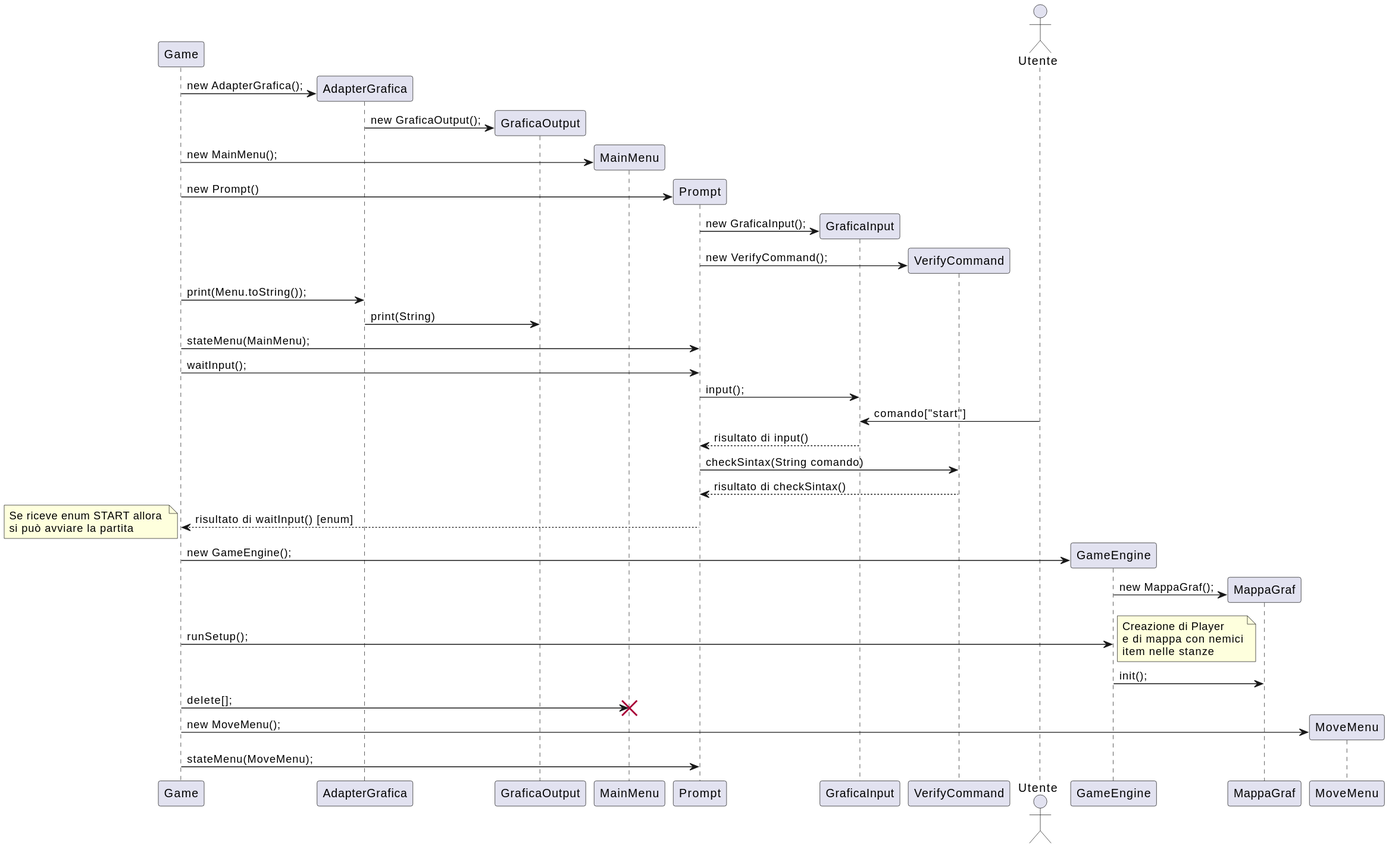
PdP03/ACMD keeps this PlantUML diagram as DiagrammiUML/SequenceDiagram.svg. Above is the earlier version.
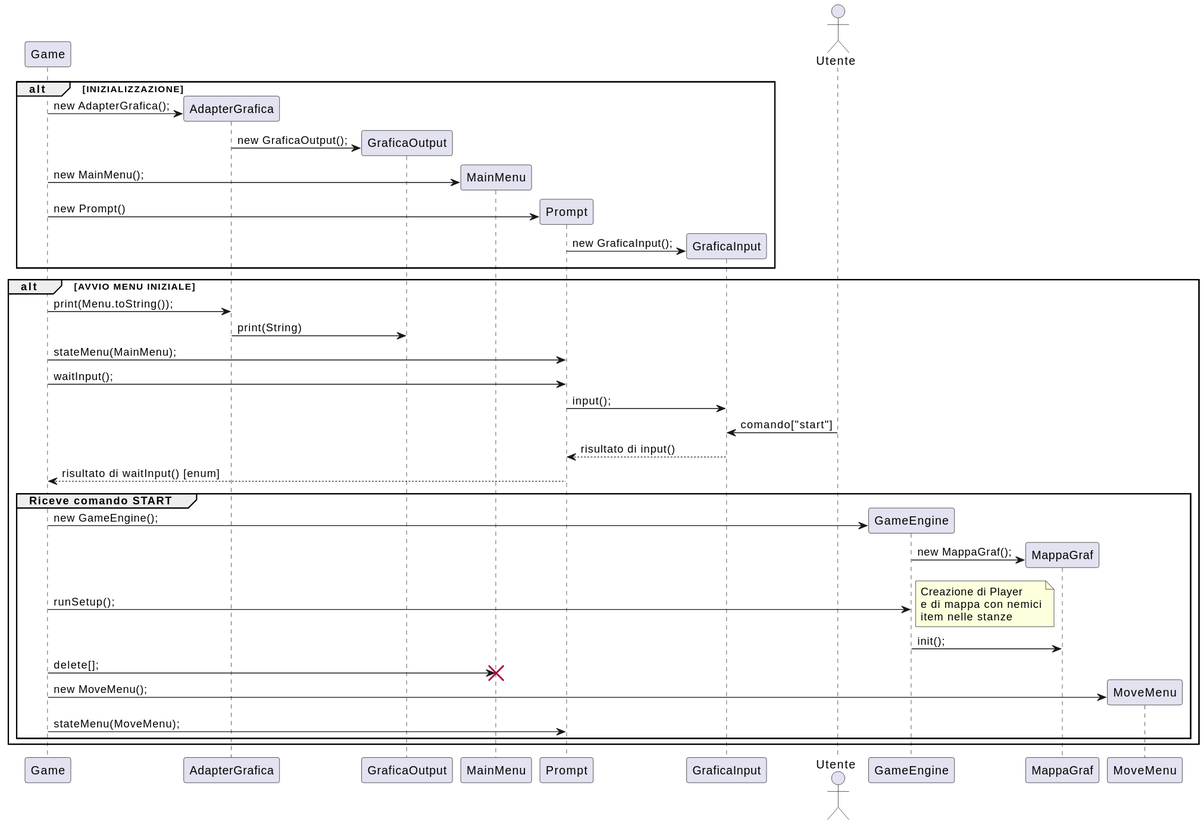
Later version of the same file.

Commit message:
Caricate immagini svg (Diagrammi)

Change to the diagram source:
```diff
@@ -1,35 +1,41 @@
 @startuml
+alt INIZIALIZZAZIONE
+
 participant Game as ga
 
 create AdapterGrafica
 ga -> AdapterGrafica: new AdapterGrafica();
+
 create GraficaOutput
 AdapterGrafica -> GraficaOutput: new GraficaOutput();
+
 create MainMenu
 ga -> MainMenu: new MainMenu();
+
 create Prompt
 ga -> Prompt : new Prompt()
+
 create GraficaInput
 Prompt -> GraficaInput : new GraficaInput();
-create VerifyCommand
-Prompt -> VerifyCommand: new VerifyCommand();
 
+end
+
+
+alt AVVIO MENU INIZIALE
 actor Utente as u
 
 ga -> AdapterGrafica : print(Menu.toString());
 AdapterGrafica -> GraficaOutput : print(String)
+
 ga -> Prompt : stateMenu(MainMenu);
 ga -> Prompt : waitInput();
 Prompt -> GraficaInput : input();
+
 u -> GraficaInput : comando["start"]
 GraficaInput --> Prompt : risultato di input()
-Prompt -> VerifyCommand : checkSintax(String comando)
-VerifyCommand --> Prompt: risultato di checkSintax()
 Prompt --> ga : risultato di waitInput() [enum]
-note left
-Se riceve enum START allora
-si può avviare la partita
-end note
+
+group Riceve comando START
 
 create GameEngine
 ga -> GameEngine : new GameEngine();
@@ -47,4 +53,7 @@
 create MoveMenu
 ga -> MoveMenu: new MoveMenu();
 ga -> Prompt : stateMenu(MoveMenu);
+
+end
+end
 @enduml
```
